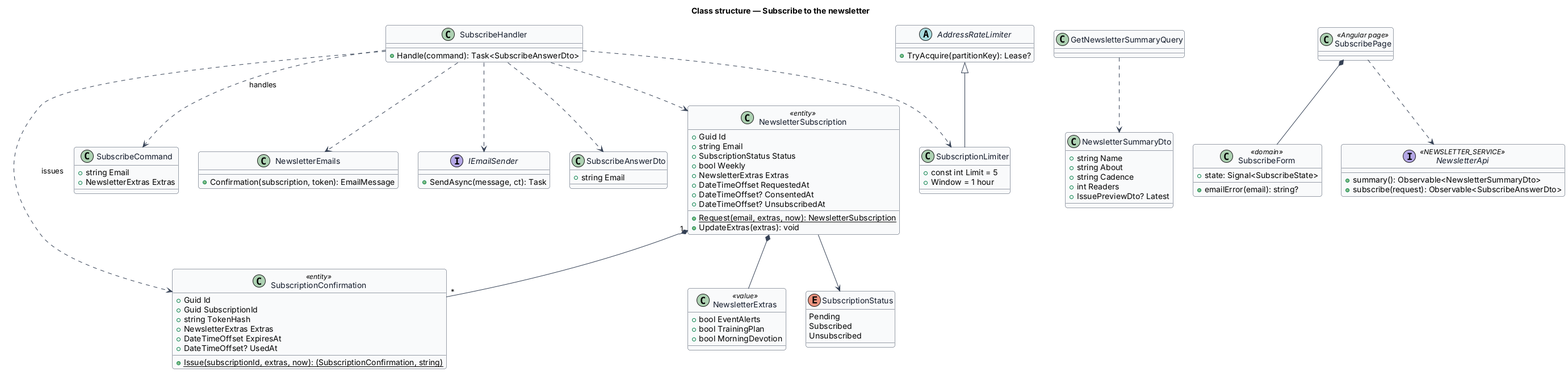
Before: docs/detailed-designs/news/subscribe-to-newsletter/diagrams/class.png, a diagram exported from PlantUML (QuinntyneBrown/christian-fitness). Its source is kept beside it as docs/detailed-designs/news/subscribe-to-newsletter/diagrams/class.puml.
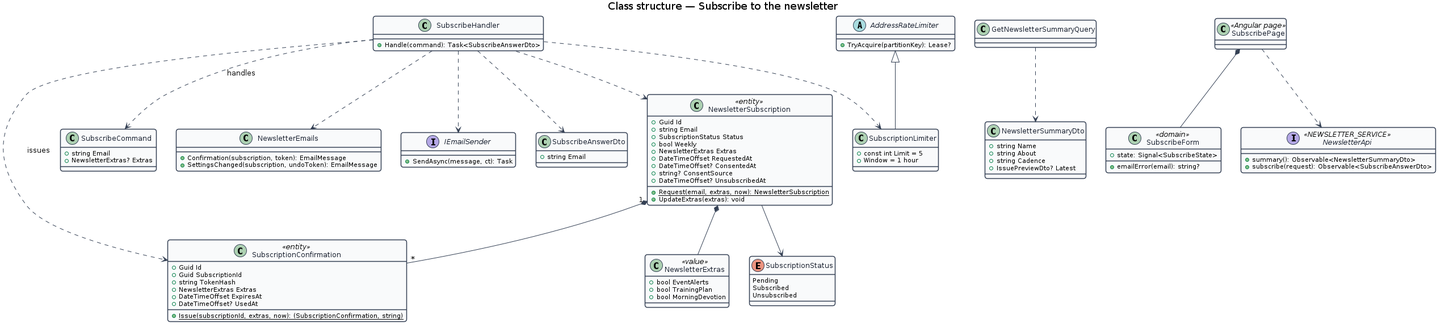
After the change.

The edit, as a diff of the source:
```diff
@@ -29,6 +29,7 @@
   +NewsletterExtras Extras
   +DateTimeOffset RequestedAt
   +DateTimeOffset? ConsentedAt
+  +string? ConsentSource
   +DateTimeOffset? UnsubscribedAt
   +{static} Request(email, extras, now): NewsletterSubscription
   +UpdateExtras(extras): void
@@ -44,7 +45,7 @@
 }
 class SubscribeCommand {
   +string Email
-  +NewsletterExtras Extras
+  +NewsletterExtras? Extras
 }
 class SubscribeHandler {
   +Handle(command): Task<SubscribeAnswerDto>
@@ -58,6 +59,7 @@
 }
 class NewsletterEmails {
   +Confirmation(subscription, token): EmailMessage
+  +SettingsChanged(subscription, undoToken): EmailMessage
 }
 interface IEmailSender {
   +SendAsync(message, ct): Task
@@ -70,7 +72,6 @@
   +string Name
   +string About
   +string Cadence
-  +int Readers
   +IssuePreviewDto? Latest
 }
 class SubscribePage <<Angular page>>
```
